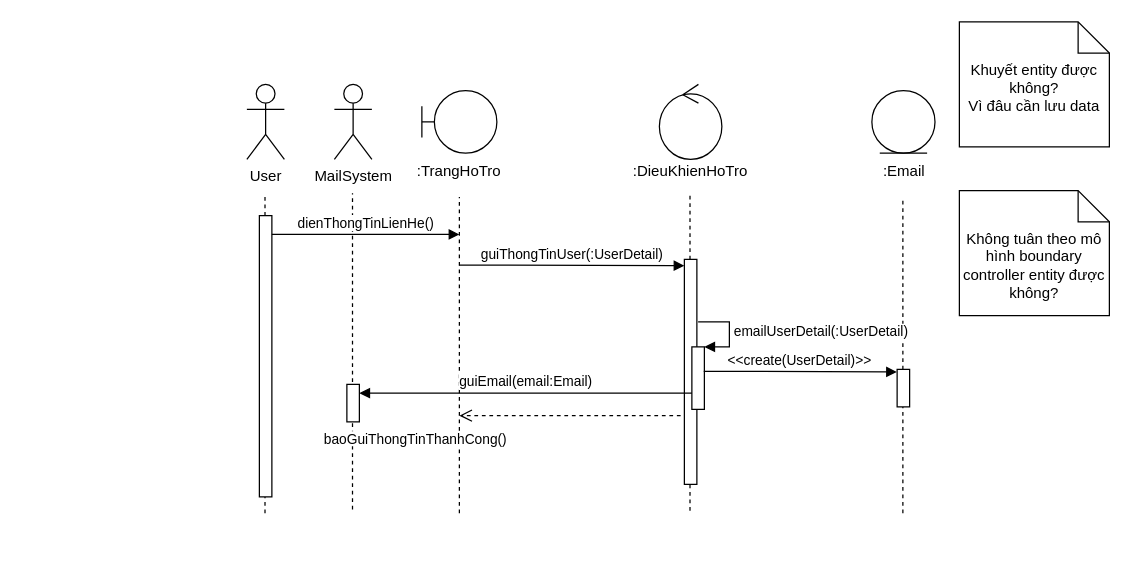
Earlier version of the draw.io diagram Sequence/guiYeuCauLienHeSequence.drawio (hoangminh15/PTTKHT). Source tidied: cells renumbered, new cells numbered last; positions are measured from the earlier drawing's top-left corner, leaving out a move shared by most shapes. Both pictures are drawn from the tidied source at 125%, with x=0, y=0 at pixel (246, 21).
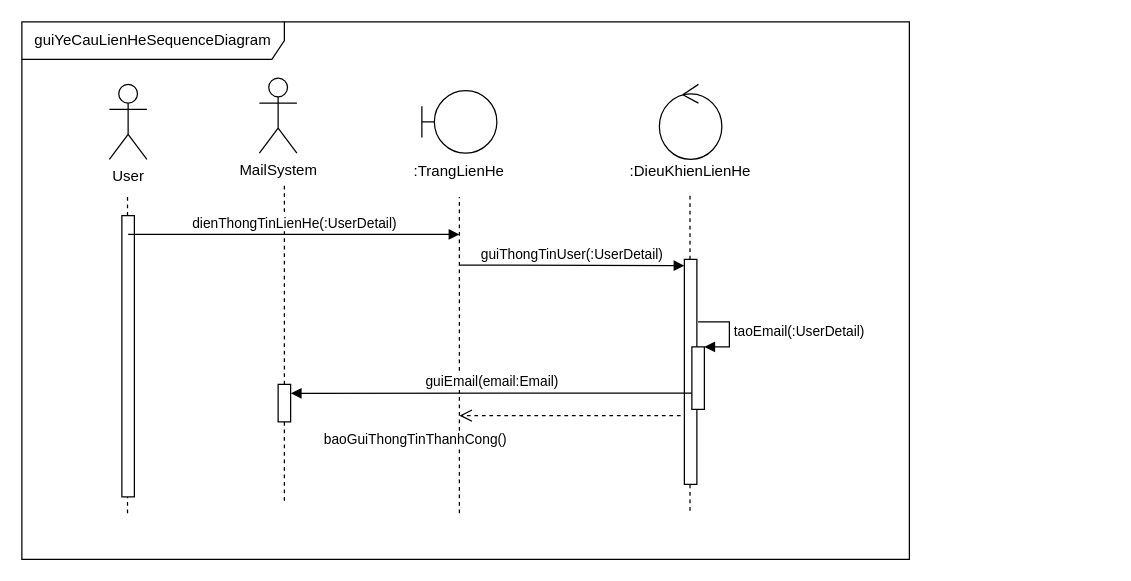
Above is the later version.

The change refers to these unchanged cells:
```xml
<mxCell id="23" style="html=1;points=[];perimeter=orthogonalPerimeter;" parent="1" vertex="1">
  <mxGeometry x="356" y="260" width="10" height="50" as="geometry" />
</mxCell>
```

The edit, as a diff of the source:
```diff
@@
-    <mxCell id="2" style="endArrow=none;dashed=1;html=1;" parent="1" edge="1">
+    <mxCell id="2" style="endArrow=none;dashed=1;html=1;" parent="1" edge="1" source="27">
       <mxGeometry relative="1" as="geometry">
-        <mxPoint x="84.5" y="390" as="sourcePoint" />
-        <mxPoint x="84.5" y="137" as="targetPoint" />
+        <mxPoint x="30" y="130" as="targetPoint" />
       </mxGeometry>
     </mxCell>
     <mxCell id="3" value="User" style="shape=umlActor;verticalLabelPosition=bottom;verticalAlign=top;html=1;" parent="1" vertex="1">
-      <mxGeometry y="50" width="30" height="60" as="geometry" />
+      <mxGeometry x="-110" y="50" width="30" height="60" as="geometry" />
     </mxCell>
@@
-    <mxCell id="6" style="ellipse;shape=umlEntity;whiteSpace=wrap;html=1;" parent="1" vertex="1">
-      <mxGeometry x="500" y="55" width="50.5" height="50" as="geometry" />
-    </mxCell>
-    <mxCell id="7" value=":TrangHoTro" style="text;html=1;strokeColor=none;fillColor=none;align=center;verticalAlign=middle;whiteSpace=wrap;rounded=0;" parent="1" vertex="1">
+    <mxCell id="7" value=":TrangLienHe" style="text;html=1;strokeColor=none;fillColor=none;align=center;verticalAlign=middle;whiteSpace=wrap;rounded=0;" parent="1" vertex="1">
       <mxGeometry x="150" y="110" width="40" height="20" as="geometry" />
     </mxCell>
-    <mxCell id="8" value=":DieuKhienHoTro" style="text;html=1;strokeColor=none;fillColor=none;align=center;verticalAlign=middle;whiteSpace=wrap;rounded=0;" parent="1" vertex="1">
+    <mxCell id="8" value=":DieuKhienLienHe" style="text;html=1;strokeColor=none;fillColor=none;align=center;verticalAlign=middle;whiteSpace=wrap;rounded=0;" parent="1" vertex="1">
       <mxGeometry x="335" y="110" width="40" height="20" as="geometry" />
     </mxCell>
-    <mxCell id="9" value=":Email" style="text;html=1;strokeColor=none;fillColor=none;align=center;verticalAlign=middle;whiteSpace=wrap;rounded=0;" parent="1" vertex="1">
-      <mxGeometry x="505.5" y="110" width="40" height="20" as="geometry" />
-    </mxCell>
-    <mxCell id="10" value="Không tuân theo mô hình boundary controller entity được không?" style="shape=note2;boundedLbl=1;whiteSpace=wrap;html=1;size=25;verticalAlign=top;align=center;" parent="1" vertex="1">
-      <mxGeometry x="570" y="135" width="120" height="100" as="geometry" />
-    </mxCell>
-    <mxCell id="11" value="Khuyết entity được không?&lt;br&gt;Vì đâu cần lưu data" style="shape=note2;boundedLbl=1;whiteSpace=wrap;html=1;size=25;verticalAlign=top;align=center;" parent="1" vertex="1">
-      <mxGeometry x="570" width="120" height="100" as="geometry" />
-    </mxCell>
-    <mxCell id="12" style="endArrow=none;dashed=1;html=1;" parent="1" edge="1" source="30">
-      <mxGeometry relative="1" as="geometry">
-        <mxPoint x="524.8" y="140" as="targetPoint" />
-      </mxGeometry>
-    </mxCell>
     <mxCell id="13" style="endArrow=none;dashed=1;html=1;" parent="1" edge="1" source="16">
       <mxGeometry relative="1" as="geometry">
-        <mxPoint x="14.5" y="140" as="targetPoint" />
+        <mxPoint x="-95.5" y="140" as="targetPoint" />
       </mxGeometry>
     </mxCell>
@@
     <mxCell id="16" style="html=1;points=[];perimeter=orthogonalPerimeter;" parent="1" vertex="1">
-      <mxGeometry x="10" y="155" width="10" height="225" as="geometry" />
+      <mxGeometry x="-100" y="155" width="10" height="225" as="geometry" />
     </mxCell>
     <mxCell id="17" style="endArrow=none;dashed=1;html=1;" parent="1" edge="1" target="16">
       <mxGeometry relative="1" as="geometry">
-        <mxPoint x="14.5" y="393" as="sourcePoint" />
+        <mxPoint x="-95.5" y="393" as="sourcePoint" />
       </mxGeometry>
     </mxCell>
-    <mxCell id="18" value="dienThongTinLienHe()" style="html=1;verticalAlign=bottom;endArrow=block;" parent="1" edge="1">
+    <mxCell id="18" value="dienThongTinLienHe(:UserDetail)" style="html=1;verticalAlign=bottom;endArrow=block;exitX=0.5;exitY=0.067;exitDx=0;exitDy=0;exitPerimeter=0;" parent="1" edge="1" source="16">
       <mxGeometry relative="1" as="geometry">
-        <mxPoint x="20" y="170" as="sourcePoint" />
         <mxPoint x="170" y="170" as="targetPoint" />
       </mxGeometry>
     </mxCell>
@@
     <mxCell id="20" value="MailSystem" style="shape=umlActor;verticalLabelPosition=bottom;verticalAlign=top;html=1;" parent="1" vertex="1">
-      <mxGeometry x="70" y="50" width="30" height="60" as="geometry" />
+      <mxGeometry x="10" y="45" width="30" height="60" as="geometry" />
     </mxCell>
@@
-    <mxCell id="24" value="emailUserDetail(:UserDetail)" style="edgeStyle=orthogonalEdgeStyle;html=1;align=left;spacingLeft=2;endArrow=block;rounded=0;entryX=1;entryY=0;" parent="1" edge="1" target="23">
+    <mxCell id="24" value="taoEmail(:UserDetail)" style="edgeStyle=orthogonalEdgeStyle;html=1;align=left;spacingLeft=2;endArrow=block;rounded=0;entryX=1;entryY=0;" parent="1" edge="1" target="23">
       <mxGeometry relative="1" as="geometry">
         <mxPoint x="361" y="240" as="sourcePoint" />
         <Array as="points">
           <mxPoint x="386" y="240" />
         </Array>
       </mxGeometry>
     </mxCell>
-    <mxCell id="25" value="guiEmail(email:Email)" style="html=1;verticalAlign=bottom;endArrow=block;exitX=0;exitY=0.375;exitDx=0;exitDy=0;exitPerimeter=0;" parent="1" edge="1">
+    <mxCell id="25" value="guiEmail(email:Email)" style="html=1;verticalAlign=bottom;endArrow=block;exitX=0;exitY=0.375;exitDx=0;exitDy=0;exitPerimeter=0;entryX=1.018;entryY=0.239;entryDx=0;entryDy=0;entryPerimeter=0;" parent="1" edge="1" target="27">
       <mxGeometry relative="1" as="geometry">
         <mxPoint x="356" y="297" as="sourcePoint" />
-        <mxPoint x="90" y="297" as="targetPoint" />
       </mxGeometry>
     </mxCell>
-    <mxCell id="26" value="&amp;lt;&amp;lt;create(UserDetail)&amp;gt;&amp;gt;" style="html=1;verticalAlign=bottom;endArrow=block;" parent="1" edge="1">
-      <mxGeometry relative="1" as="geometry">
-        <mxPoint x="365.5" y="279.5" as="sourcePoint" />
-        <mxPoint x="520" y="280" as="targetPoint" />
-      </mxGeometry>
-    </mxCell>
-    <mxCell id="27" style="html=1;points=[];perimeter=orthogonalPerimeter;" parent="1" vertex="1">
-      <mxGeometry x="80" y="290" width="10" height="30" as="geometry" />
-    </mxCell>
@@
-    <mxCell id="30" style="html=1;points=[];perimeter=orthogonalPerimeter;" parent="1" vertex="1">
-      <mxGeometry x="520.2" y="278" width="10" height="30" as="geometry" />
-    </mxCell>
-    <mxCell id="31" style="endArrow=none;dashed=1;html=1;" parent="1" edge="1" target="30">
-      <mxGeometry relative="1" as="geometry">
-        <mxPoint x="524.8" y="393" as="sourcePoint" />
-      </mxGeometry>
-    </mxCell>
+    <mxCell id="27" style="html=1;points=[];perimeter=orthogonalPerimeter;" parent="1" vertex="1">
+      <mxGeometry x="25" y="290" width="10" height="30" as="geometry" />
+    </mxCell>
+    <mxCell id="32" style="endArrow=none;dashed=1;html=1;" parent="1" edge="1" target="27">
+      <mxGeometry relative="1" as="geometry">
+        <mxPoint x="30" y="383" as="sourcePoint" />
+      </mxGeometry>
+    </mxCell>
+    <mxCell id="33" value="guiYeCauLienHeSequenceDiagram" style="shape=umlFrame;whiteSpace=wrap;html=1;width=210;height=30;" parent="1" vertex="1">
+      <mxGeometry x="-180" width="710" height="430" as="geometry" />
+    </mxCell>
```
